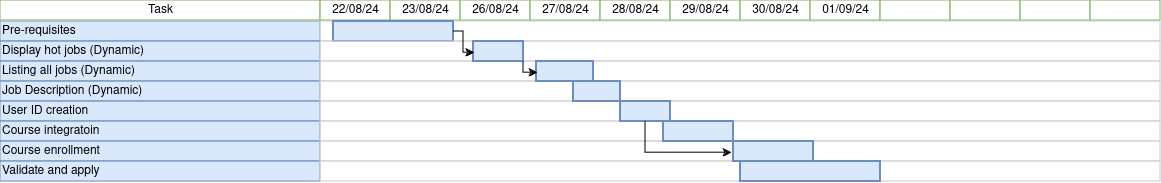
Above: timeline/Untitled Diagram.drawio.png in Meharaj-thoufik/Quality-Candidate-Recruit (draw.io), before the change. Source tidied: cells renumbered, new cells last; positions are measured from the earlier drawing's top-left corner, leaving out a move shared by most shapes.
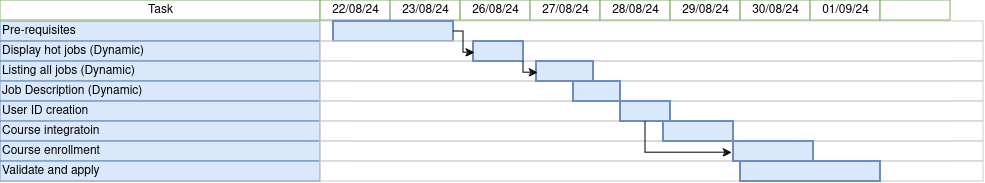
Later version of the same file.

The edit, as a diff of the source:
```diff
@@ -9,7 +9,7 @@
       <mxGeometry width="320" height="20" as="geometry" />
     </mxCell>
     <mxCell id="4" style="align=left;strokeColor=#CCCCCC;html=1;" parent="1" vertex="1">
-      <mxGeometry x="320" y="21" width="840" height="20" as="geometry" />
+      <mxGeometry x="320" y="21" width="663" height="20" as="geometry" />
     </mxCell>
     <mxCell id="5" value="22/08/24" style="strokeWidth=1;fontStyle=0;html=1;strokeColor=#82B366;" parent="1" vertex="1">
       <mxGeometry x="320" width="70" height="20" as="geometry" />
@@ -38,15 +38,6 @@
     <mxCell id="13" style="strokeWidth=1;fontStyle=0;html=1;strokeColor=#82B366;" parent="1" vertex="1">
       <mxGeometry x="880" width="70" height="20" as="geometry" />
     </mxCell>
-    <mxCell id="14" style="strokeWidth=1;fontStyle=0;html=1;strokeColor=#82B366;" parent="1" vertex="1">
-      <mxGeometry x="950" width="70" height="20" as="geometry" />
-    </mxCell>
-    <mxCell id="15" style="strokeWidth=1;fontStyle=0;html=1;strokeColor=#82B366;" parent="1" vertex="1">
-      <mxGeometry x="1020" width="70" height="20" as="geometry" />
-    </mxCell>
-    <mxCell id="16" style="strokeWidth=1;fontStyle=0;html=1;strokeColor=#82B366;" parent="1" vertex="1">
-      <mxGeometry x="1090" width="70" height="20" as="geometry" />
-    </mxCell>
     <mxCell id="17" style="whiteSpace=wrap;html=1;strokeWidth=2;fillColor=#dae8fc;fontSize=14;align=center;strokeColor=#6c8ebf;" parent="1" vertex="1">
       <mxGeometry x="333" y="21" width="120" height="20" as="geometry" />
     </mxCell>
@@ -72,25 +63,25 @@
       <mxGeometry y="161" width="320" height="20" as="geometry" />
     </mxCell>
     <mxCell id="25" style="align=left;strokeColor=#CCCCCC;html=1;" parent="1" vertex="1">
-      <mxGeometry x="320" y="41" width="840" height="20" as="geometry" />
+      <mxGeometry x="320" y="41" width="663" height="20" as="geometry" />
     </mxCell>
     <mxCell id="26" style="align=left;strokeColor=#CCCCCC;html=1;" parent="1" vertex="1">
-      <mxGeometry x="320" y="61" width="840" height="20" as="geometry" />
+      <mxGeometry x="320" y="61" width="663" height="20" as="geometry" />
     </mxCell>
     <mxCell id="27" style="align=left;strokeColor=#CCCCCC;html=1;" parent="1" vertex="1">
-      <mxGeometry x="320" y="81" width="840" height="20" as="geometry" />
+      <mxGeometry x="320" y="81" width="663" height="20" as="geometry" />
     </mxCell>
     <mxCell id="28" style="align=left;strokeColor=#CCCCCC;html=1;" parent="1" vertex="1">
-      <mxGeometry x="320" y="101" width="840" height="20" as="geometry" />
+      <mxGeometry x="320" y="101" width="663" height="20" as="geometry" />
     </mxCell>
     <mxCell id="29" style="align=left;strokeColor=#CCCCCC;html=1;" parent="1" vertex="1">
-      <mxGeometry x="320" y="121" width="840" height="20" as="geometry" />
+      <mxGeometry x="320" y="121" width="663" height="20" as="geometry" />
     </mxCell>
     <mxCell id="30" style="align=left;strokeColor=#CCCCCC;html=1;" parent="1" vertex="1">
-      <mxGeometry x="320" y="141" width="840" height="20" as="geometry" />
+      <mxGeometry x="320" y="141" width="663" height="20" as="geometry" />
     </mxCell>
     <mxCell id="31" style="align=left;strokeColor=#CCCCCC;html=1;" parent="1" vertex="1">
-      <mxGeometry x="320" y="161" width="840" height="20" as="geometry" />
+      <mxGeometry x="320" y="161" width="663" height="20" as="geometry" />
     </mxCell>
     <mxCell id="32" style="whiteSpace=wrap;html=1;strokeWidth=2;fillColor=#dae8fc;fontSize=14;align=center;strokeColor=#6c8ebf;" parent="1" vertex="1">
       <mxGeometry x="473" y="41" width="50" height="20" as="geometry" />
```
